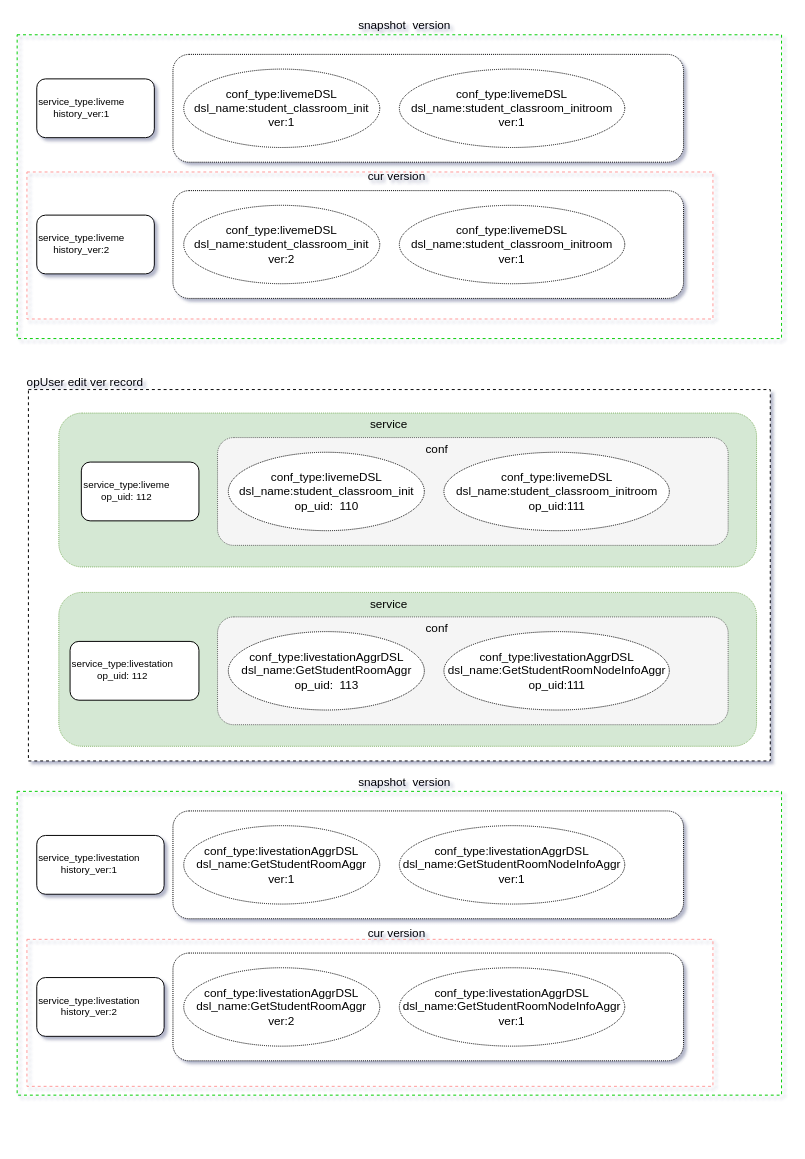
Above: config-version.drawio in weedge/mypic (draw.io), before the change. Source tidied: cells renumbered, new cells numbered last; positions are measured from the earlier drawing's top-left corner, leaving out a move shared by most shapes. Both pictures are drawn from the tidied source at 98%, with x=0, y=0 at pixel (17, 17).
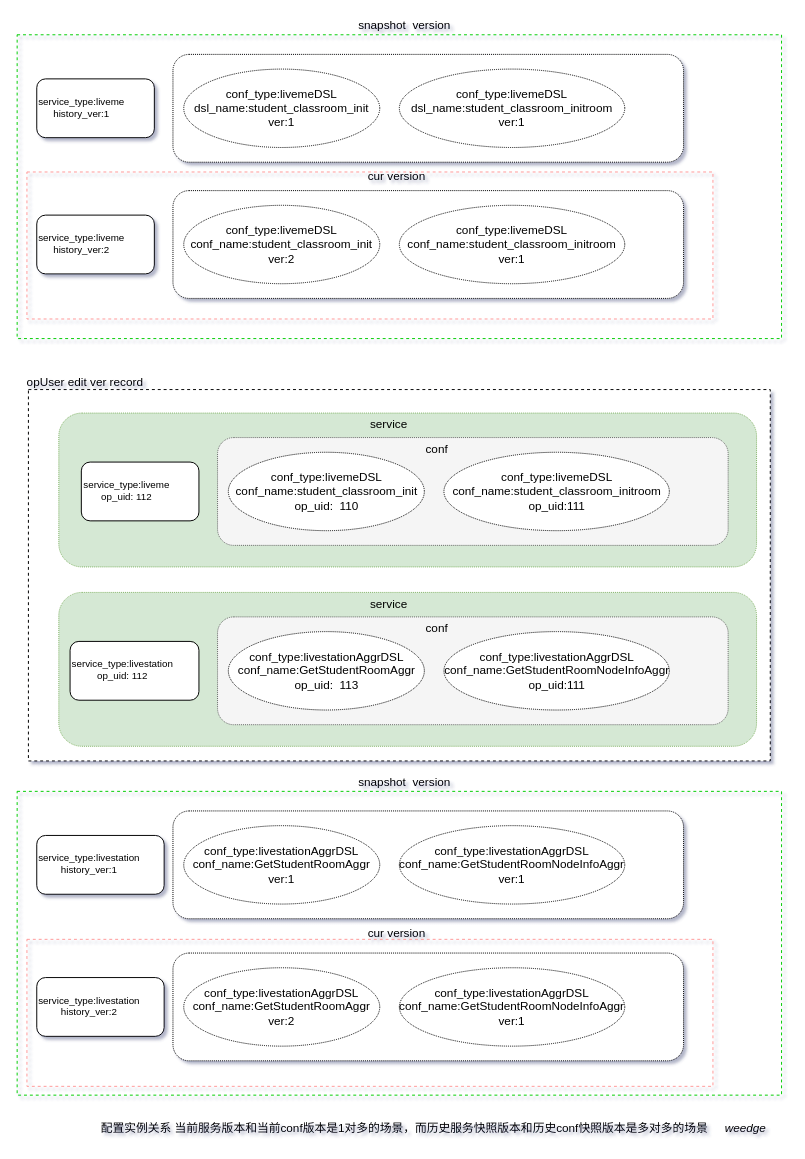
The same page after the edit.

The edit, as a diff of the source:
```diff
@@
-    <mxCell id="14" value="conf_type:livemeDSL&lt;br&gt;dsl_name:student_classroom_init&lt;br&gt;ver:2" style="ellipse;whiteSpace=wrap;html=1;shadow=0;dashed=1;dashPattern=1 1;labelBackgroundColor=none;align=center;" parent="1" vertex="1">
+    <mxCell id="14" value="conf_type:livemeDSL&lt;br&gt;conf_name:student_classroom_init&lt;br&gt;ver:2" style="ellipse;whiteSpace=wrap;html=1;shadow=0;dashed=1;dashPattern=1 1;labelBackgroundColor=none;align=center;" parent="1" vertex="1">
       <mxGeometry x="170" y="192" width="200" height="80" as="geometry" />
     </mxCell>
@@
-    <mxCell id="16" value="conf_type:livemeDSL&lt;br&gt;dsl_name:student_classroom_initroom&lt;br&gt;ver:1" style="ellipse;whiteSpace=wrap;html=1;shadow=0;dashed=1;dashPattern=1 1;labelBackgroundColor=none;align=center;" parent="1" vertex="1">
+    <mxCell id="16" value="conf_type:livemeDSL&lt;br&gt;conf_name:student_classroom_initroom&lt;br&gt;ver:1" style="ellipse;whiteSpace=wrap;html=1;shadow=0;dashed=1;dashPattern=1 1;labelBackgroundColor=none;align=center;" parent="1" vertex="1">
       <mxGeometry x="390" y="192" width="230" height="80" as="geometry" />
     </mxCell>
@@
-    <mxCell id="18" value="conf_type:livestationAggrDSL&lt;br&gt;dsl_name:GetStudentRoomAggr&lt;br&gt;ver:1" style="ellipse;whiteSpace=wrap;html=1;shadow=0;dashed=1;dashPattern=1 1;labelBackgroundColor=none;align=center;" parent="1" vertex="1">
+    <mxCell id="18" value="conf_type:livestationAggrDSL&lt;br&gt;conf_name:GetStudentRoomAggr&lt;br&gt;ver:1" style="ellipse;whiteSpace=wrap;html=1;shadow=0;dashed=1;dashPattern=1 1;labelBackgroundColor=none;align=center;" parent="1" vertex="1">
       <mxGeometry x="170" y="825" width="200" height="80" as="geometry" />
     </mxCell>
@@
-    <mxCell id="20" value="conf_type:livestationAggrDSL&lt;br&gt;dsl_name:GetStudentRoomNodeInfoAggr&lt;br&gt;ver:1" style="ellipse;whiteSpace=wrap;html=1;shadow=0;dashed=1;dashPattern=1 1;labelBackgroundColor=none;align=center;" parent="1" vertex="1">
+    <mxCell id="20" value="conf_type:livestationAggrDSL&lt;br&gt;conf_name:GetStudentRoomNodeInfoAggr&lt;br&gt;ver:1" style="ellipse;whiteSpace=wrap;html=1;shadow=0;dashed=1;dashPattern=1 1;labelBackgroundColor=none;align=center;" parent="1" vertex="1">
       <mxGeometry x="390" y="825" width="230" height="80" as="geometry" />
     </mxCell>
@@
-    <mxCell id="22" value="conf_type:livestationAggrDSL&lt;br&gt;dsl_name:GetStudentRoomAggr&lt;br&gt;ver:2" style="ellipse;whiteSpace=wrap;html=1;shadow=0;dashed=1;dashPattern=1 1;labelBackgroundColor=none;align=center;" parent="1" vertex="1">
+    <mxCell id="22" value="conf_type:livestationAggrDSL&lt;br&gt;conf_name:GetStudentRoomAggr&lt;br&gt;ver:2" style="ellipse;whiteSpace=wrap;html=1;shadow=0;dashed=1;dashPattern=1 1;labelBackgroundColor=none;align=center;" parent="1" vertex="1">
       <mxGeometry x="170" y="970" width="200" height="80" as="geometry" />
     </mxCell>
@@
-    <mxCell id="24" value="conf_type:livestationAggrDSL&lt;br&gt;dsl_name:GetStudentRoomNodeInfoAggr&lt;br&gt;ver:1" style="ellipse;whiteSpace=wrap;html=1;shadow=0;dashed=1;dashPattern=1 1;labelBackgroundColor=none;align=center;" parent="1" vertex="1">
+    <mxCell id="24" value="conf_type:livestationAggrDSL&lt;br&gt;conf_name:GetStudentRoomNodeInfoAggr&lt;br&gt;ver:1" style="ellipse;whiteSpace=wrap;html=1;shadow=0;dashed=1;dashPattern=1 1;labelBackgroundColor=none;align=center;" parent="1" vertex="1">
       <mxGeometry x="390" y="970" width="230" height="80" as="geometry" />
     </mxCell>
@@
-    <mxCell id="29" value="conf_type:livemeDSL&lt;br&gt;dsl_name:student_classroom_init&lt;br&gt;op_uid:&amp;nbsp; 110" style="ellipse;whiteSpace=wrap;html=1;shadow=0;dashed=1;dashPattern=1 1;labelBackgroundColor=none;align=center;" parent="1" vertex="1">
+    <mxCell id="29" value="conf_type:livemeDSL&lt;br&gt;conf_name:student_classroom_init&lt;br&gt;op_uid:&amp;nbsp; 110" style="ellipse;whiteSpace=wrap;html=1;shadow=0;dashed=1;dashPattern=1 1;labelBackgroundColor=none;align=center;" parent="1" vertex="1">
       <mxGeometry x="215.5" y="444" width="200" height="80" as="geometry" />
     </mxCell>
@@
-    <mxCell id="31" value="conf_type:livemeDSL&lt;br&gt;dsl_name:student_classroom_initroom&lt;br&gt;op_uid:111" style="ellipse;whiteSpace=wrap;html=1;shadow=0;dashed=1;dashPattern=1 1;labelBackgroundColor=none;align=center;" parent="1" vertex="1">
+    <mxCell id="31" value="conf_type:livemeDSL&lt;br&gt;conf_name:student_classroom_initroom&lt;br&gt;op_uid:111" style="ellipse;whiteSpace=wrap;html=1;shadow=0;dashed=1;dashPattern=1 1;labelBackgroundColor=none;align=center;" parent="1" vertex="1">
       <mxGeometry x="435.5" y="444" width="230" height="80" as="geometry" />
     </mxCell>
@@
-    <mxCell id="37" value="conf_type:livestationAggrDSL&lt;br&gt;dsl_name:GetStudentRoomAggr&lt;br&gt;op_uid:&amp;nbsp; 113" style="ellipse;whiteSpace=wrap;html=1;shadow=0;dashed=1;dashPattern=1 1;labelBackgroundColor=none;align=center;" parent="1" vertex="1">
+    <mxCell id="37" value="conf_type:livestationAggrDSL&lt;br&gt;conf_name:GetStudentRoomAggr&lt;br&gt;op_uid:&amp;nbsp; 113" style="ellipse;whiteSpace=wrap;html=1;shadow=0;dashed=1;dashPattern=1 1;labelBackgroundColor=none;align=center;" parent="1" vertex="1">
       <mxGeometry x="215.5" y="627" width="200" height="80" as="geometry" />
     </mxCell>
@@
-    <mxCell id="39" value="conf_type:livestationAggrDSL&lt;br&gt;dsl_name:GetStudentRoomNodeInfoAggr&lt;br&gt;op_uid:111" style="ellipse;whiteSpace=wrap;html=1;shadow=0;dashed=1;dashPattern=1 1;labelBackgroundColor=none;align=center;" parent="1" vertex="1">
+    <mxCell id="39" value="conf_type:livestationAggrDSL&lt;br&gt;conf_name:GetStudentRoomNodeInfoAggr&lt;br&gt;op_uid:111" style="ellipse;whiteSpace=wrap;html=1;shadow=0;dashed=1;dashPattern=1 1;labelBackgroundColor=none;align=center;" parent="1" vertex="1">
       <mxGeometry x="435.5" y="627" width="230" height="80" as="geometry" />
     </mxCell>
@@
+    <mxCell id="42" value="weedge" style="text;html=1;align=center;verticalAlign=middle;strokeColor=none;fillColor=none;fontStyle=2;" parent="1" vertex="1">
+      <mxGeometry x="716.5" y="1125" width="52" height="18" as="geometry" />
+    </mxCell>
+    <mxCell id="43" value="配置实例关系&amp;nbsp;当前服务版本和当前conf版本是1对多的场景，而历史服务快照版本和历史conf快照版本是多对多的场景" style="text;html=1;align=center;verticalAlign=middle;strokeColor=none;fillColor=none;" parent="1" vertex="1">
+      <mxGeometry x="80.5" y="1125" width="629" height="18" as="geometry" />
+    </mxCell>
```
